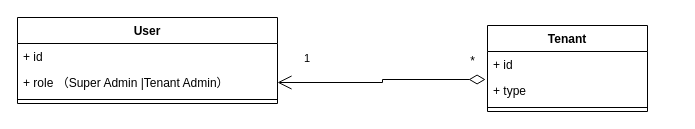
This is src/未命名绘图.drawio from moonflow/redux-rtk-session-demo, a draw.io file, before an edit. Source tidied: cells renumbered, new cells numbered last; positions are measured from the earlier drawing's top-left corner, leaving out a move shared by most shapes. Both pictures are drawn from the tidied source at 100%, with x=0, y=0 at pixel (17, 17).
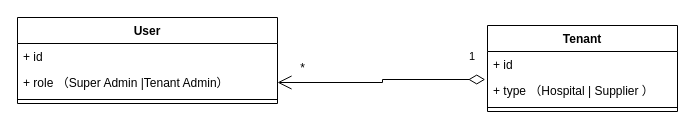
Above is the later version.

Commit message (it also covers changes not shown here):
更新未命名绘图.drawio

The edit, as a diff of the source:
```diff
@@
 <mxGraphModel>
   <root>
     <mxCell id="0" />
     <mxCell id="1" parent="0" />
     <mxCell id="2" value="User" style="swimlane;fontStyle=1;align=center;verticalAlign=top;horizontal=1;startSize=26;whiteSpace=wrap;html=1;" parent="1" vertex="1">
       <mxGeometry width="260" height="86" as="geometry" />
     </mxCell>
     <mxCell id="3" value="+ id" style="text;strokeColor=none;fillColor=none;align=left;verticalAlign=top;spacingLeft=4;spacingRight=4;overflow=hidden;whiteSpace=wrap;html=1;" parent="2" vertex="1">
       <mxGeometry y="26" width="260" height="26" as="geometry" />
     </mxCell>
     <mxCell id="4" value="+ role （Super Admin |Tenant Admin）" style="text;strokeColor=none;fillColor=none;align=left;verticalAlign=top;spacingLeft=4;spacingRight=4;overflow=hidden;points=[[0,0.5],[1,0.5]];portConstraint=eastwest;whiteSpace=wrap;html=1;" parent="2" vertex="1">
       <mxGeometry y="52" width="260" height="26" as="geometry" />
     </mxCell>
     <mxCell id="5" style="line;strokeWidth=1;fillColor=none;align=left;verticalAlign=middle;spacingTop=-1;spacingLeft=3;spacingRight=3;labelPosition=right;strokeColor=inherit;" parent="2" vertex="1">
       <mxGeometry y="78" width="260" height="8" as="geometry" />
     </mxCell>
     <mxCell id="6" value="Tenant" style="swimlane;fontStyle=1;align=center;verticalAlign=top;horizontal=1;startSize=26;whiteSpace=wrap;html=1;" parent="1" vertex="1">
-      <mxGeometry x="470" y="8" width="160" height="86" as="geometry" />
+      <mxGeometry x="470" y="8" width="190" height="86" as="geometry" />
     </mxCell>
     <mxCell id="7" value="+ id" style="text;strokeColor=none;fillColor=none;align=left;verticalAlign=top;spacingLeft=4;spacingRight=4;overflow=hidden;whiteSpace=wrap;html=1;" parent="6" vertex="1">
-      <mxGeometry y="26" width="160" height="26" as="geometry" />
+      <mxGeometry y="26" width="190" height="26" as="geometry" />
     </mxCell>
-    <mxCell id="8" value="+ type" style="text;strokeColor=none;fillColor=none;align=left;verticalAlign=top;spacingLeft=4;spacingRight=4;overflow=hidden;points=[[0,0.5],[1,0.5]];portConstraint=eastwest;whiteSpace=wrap;html=1;" parent="6" vertex="1">
-      <mxGeometry y="52" width="160" height="26" as="geometry" />
+    <mxCell id="8" value="+ type （Hospital | Supplier ）" style="text;strokeColor=none;fillColor=none;align=left;verticalAlign=top;spacingLeft=4;spacingRight=4;overflow=hidden;points=[[0,0.5],[1,0.5]];portConstraint=eastwest;whiteSpace=wrap;html=1;" parent="6" vertex="1">
+      <mxGeometry y="52" width="190" height="26" as="geometry" />
     </mxCell>
     <mxCell id="9" style="line;strokeWidth=1;fillColor=none;align=left;verticalAlign=middle;spacingTop=-1;spacingLeft=3;spacingRight=3;labelPosition=right;strokeColor=inherit;" parent="6" vertex="1">
-      <mxGeometry y="78" width="160" height="8" as="geometry" />
+      <mxGeometry y="78" width="190" height="8" as="geometry" />
     </mxCell>
     <mxCell id="10" value="1" style="endArrow=open;html=1;endSize=12;startArrow=diamondThin;startSize=14;startFill=0;edgeStyle=orthogonalEdgeStyle;align=left;verticalAlign=bottom;rounded=0;exitX=-0.012;exitY=0.077;exitDx=0;exitDy=0;exitPerimeter=0;entryX=1;entryY=0.5;entryDx=0;entryDy=0;" parent="1" edge="1" source="8" target="4">
-      <mxGeometry x="0.76" y="-15" relative="1" as="geometry" />
+      <mxGeometry x="-0.83" y="-14" relative="1" as="geometry" />
     </mxCell>
     <mxCell id="11" value="*" style="text;html=1;align=center;verticalAlign=middle;strokeColor=none;fillColor=none;" parent="1" vertex="1">
-      <mxGeometry x="440" y="29" width="30" height="30" as="geometry" />
+      <mxGeometry x="270" y="36" width="30" height="30" as="geometry" />
     </mxCell>
   </root>
 </mxGraphModel>
```
